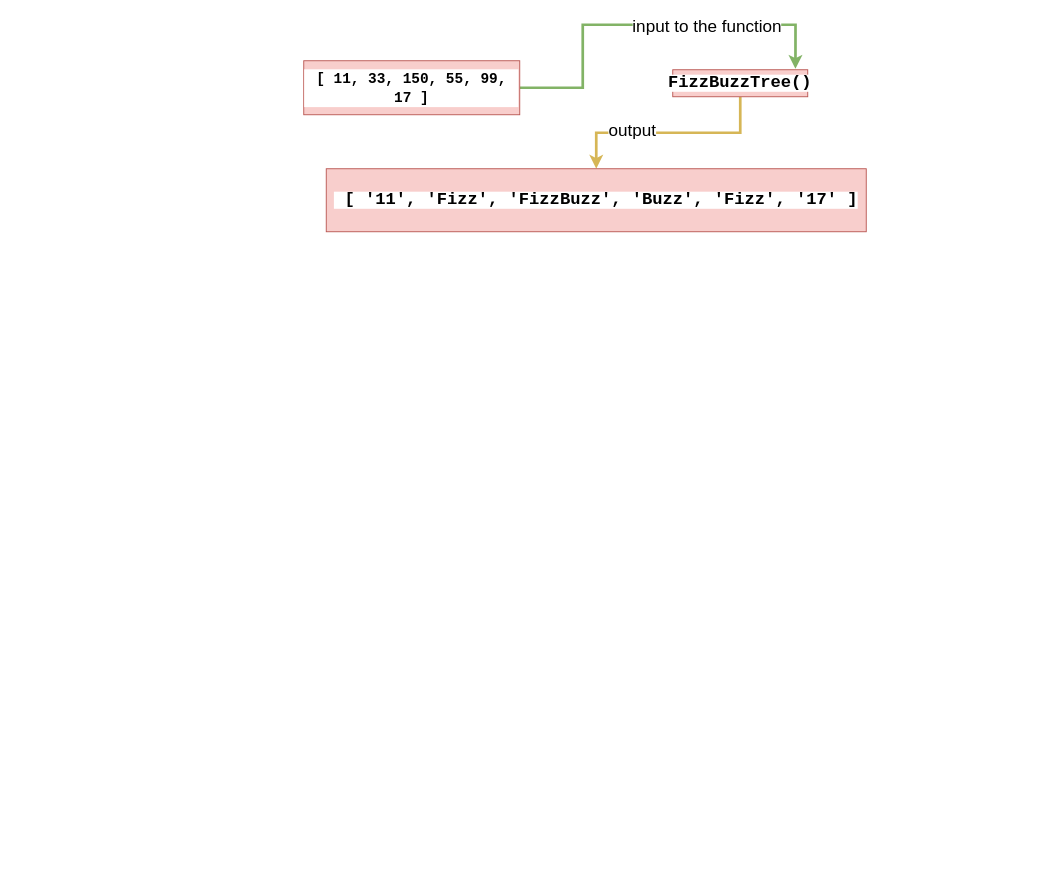
shadykh/uml keeps this draw.io diagram as page "Page-7" (7 of 12) of Untitled Diagram.drawio. Above is the earlier version. Source tidied: cells renumbered, new cells numbered last; positions are measured from the earlier drawing's top-left corner, leaving out a move shared by most shapes. Both pictures are drawn from the tidied source at 90%, with x=0, y=0 at pixel (303, 24).
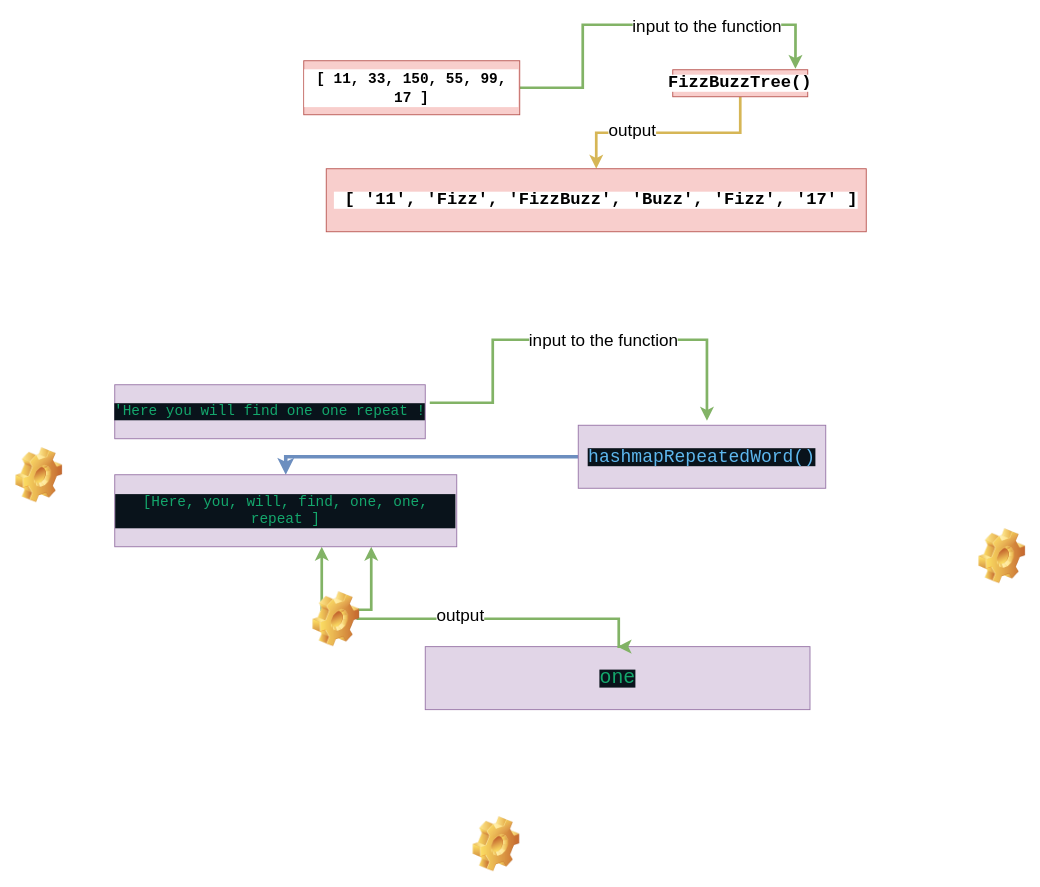
The same diagram, later.

The edit, as a diff of the source:
```diff
@@
+    <mxCell id="10" style="edgeStyle=orthogonalEdgeStyle;rounded=0;orthogonalLoop=1;jettySize=auto;html=1;exitX=1;exitY=0.5;exitDx=0;exitDy=0;fontColor=#000000;strokeWidth=3;fillColor=#d5e8d4;strokeColor=#82b366;" parent="1" edge="1">
+      <mxGeometry relative="1" as="geometry">
+        <mxPoint x="140" y="420" as="sourcePoint" />
+        <mxPoint x="448" y="440" as="targetPoint" />
+        <Array as="points">
+          <mxPoint x="210" y="420" />
+          <mxPoint x="210" y="350" />
+          <mxPoint x="448" y="350" />
+          <mxPoint x="448" y="400" />
+        </Array>
+      </mxGeometry>
+    </mxCell>
+    <mxCell id="11" value="input to the function" style="edgeLabel;html=1;align=center;verticalAlign=middle;fontSize=19;" parent="10" vertex="1">
+      <mxGeometry x="-0.07" y="-1" relative="1" as="geometry">
+        <mxPoint x="44" y="-1" as="offset" />
+      </mxGeometry>
+    </mxCell>
+    <mxCell id="12" value="&lt;div style=&quot;line-height: 19px&quot;&gt;&lt;div style=&quot;color: rgb(255 , 255 , 255) ; background-color: rgb(9 , 19 , 27) ; font-family: &amp;#34;consolas&amp;#34; , &amp;#34;courier new&amp;#34; , monospace ; font-weight: normal ; line-height: 19px&quot;&gt;&lt;span style=&quot;color: rgb(20 , 167 , 108)&quot;&gt;&lt;font style=&quot;font-size: 16px&quot;&gt;'Here&amp;nbsp;you&amp;nbsp;will&amp;nbsp;find&amp;nbsp;one&amp;nbsp;one&amp;nbsp;repeat&amp;nbsp;!&lt;/font&gt;&lt;/span&gt;&lt;/div&gt;&lt;/div&gt;" style="text;html=1;align=center;verticalAlign=middle;whiteSpace=wrap;rounded=0;labelBackgroundColor=#ffffff;fontSize=16;fontStyle=1;strokeColor=#9673a6;fillColor=#e1d5e7;" parent="1" vertex="1">
+      <mxGeometry x="-210" y="400" width="345" height="60" as="geometry" />
+    </mxCell>
+    <mxCell id="13" style="edgeStyle=orthogonalEdgeStyle;rounded=0;orthogonalLoop=1;jettySize=auto;html=1;exitX=0.5;exitY=1;exitDx=0;exitDy=0;fontColor=#000000;" parent="1" edge="1">
+      <mxGeometry relative="1" as="geometry">
+        <mxPoint x="85" y="520" as="sourcePoint" />
+        <mxPoint x="85" y="520" as="targetPoint" />
+      </mxGeometry>
+    </mxCell>
+    <mxCell id="14" style="edgeStyle=orthogonalEdgeStyle;rounded=0;jettySize=auto;html=1;exitX=0;exitY=0.5;exitDx=0;exitDy=0;entryX=0.5;entryY=0;entryDx=0;entryDy=0;strokeWidth=4;fillColor=#dae8fc;strokeColor=#6c8ebf;" parent="1" edge="1" source="15" target="20">
+      <mxGeometry relative="1" as="geometry" />
+    </mxCell>
+    <mxCell id="15" value="&lt;div style=&quot;font-family: &amp;#34;consolas&amp;#34; , &amp;#34;courier new&amp;#34; , monospace ; line-height: 19px&quot;&gt;&lt;div style=&quot;color: rgb(255 , 255 , 255) ; background-color: rgb(9 , 19 , 27) ; font-family: &amp;#34;consolas&amp;#34; , &amp;#34;courier new&amp;#34; , monospace ; font-weight: normal ; line-height: 19px&quot;&gt;&lt;span style=&quot;color: rgb(94 , 183 , 238)&quot;&gt;&lt;font style=&quot;font-size: 20px&quot;&gt;hashmapRepeatedWord()&lt;/font&gt;&lt;/span&gt;&lt;/div&gt;&lt;/div&gt;" style="text;html=1;strokeColor=#9673a6;fillColor=#e1d5e7;align=center;verticalAlign=middle;whiteSpace=wrap;rounded=0;labelBackgroundColor=#ffffff;fontSize=19;fontStyle=1;" parent="1" vertex="1">
+      <mxGeometry x="305" y="445" width="275" height="70" as="geometry" />
+    </mxCell>
+    <mxCell id="16" value="&lt;div style=&quot;font-family: &amp;#34;consolas&amp;#34; , &amp;#34;courier new&amp;#34; , monospace ; line-height: 19px&quot;&gt;&lt;div style=&quot;color: rgb(255 , 255 , 255) ; background-color: rgb(9 , 19 , 27) ; font-family: &amp;#34;consolas&amp;#34; , &amp;#34;courier new&amp;#34; , monospace ; font-weight: normal ; line-height: 19px&quot;&gt;&lt;span style=&quot;color: rgb(20 , 167 , 108)&quot;&gt;&lt;font style=&quot;font-size: 22px&quot;&gt;one&lt;/font&gt;&lt;/span&gt;&lt;/div&gt;&lt;/div&gt;" style="text;html=1;strokeColor=#9673a6;fillColor=#e1d5e7;align=center;verticalAlign=middle;whiteSpace=wrap;rounded=0;labelBackgroundColor=#ffffff;fontSize=19;fontStyle=1;" parent="1" vertex="1">
+      <mxGeometry x="135" y="691" width="427.5" height="70" as="geometry" />
+    </mxCell>
+    <mxCell id="17" style="edgeStyle=orthogonalEdgeStyle;rounded=0;jettySize=auto;html=1;exitX=0;exitY=0.3333333333333333;exitDx=0;exitDy=0;exitPerimeter=0;fillColor=#d5e8d4;strokeColor=#82b366;strokeWidth=3;" parent="1" edge="1" target="20">
+      <mxGeometry relative="1" as="geometry">
+        <mxPoint x="30" y="650" as="sourcePoint" />
+        <Array as="points">
+          <mxPoint x="20" y="650" />
+        </Array>
+      </mxGeometry>
+    </mxCell>
+    <mxCell id="18" style="edgeStyle=orthogonalEdgeStyle;rounded=0;jettySize=auto;html=1;exitX=1;exitY=0.3333333333333333;exitDx=0;exitDy=0;exitPerimeter=0;entryX=0.75;entryY=1;entryDx=0;entryDy=0;fillColor=#d5e8d4;strokeColor=#82b366;strokeWidth=3;" parent="1" edge="1" target="20">
+      <mxGeometry relative="1" as="geometry">
+        <mxPoint x="60" y="650" as="sourcePoint" />
+        <Array as="points">
+          <mxPoint x="75" y="650" />
+        </Array>
+      </mxGeometry>
+    </mxCell>
+    <mxCell id="19" style="edgeStyle=orthogonalEdgeStyle;rounded=0;jettySize=auto;html=1;exitX=1;exitY=0.3333333333333333;exitDx=0;exitDy=0;exitPerimeter=0;entryX=0.5;entryY=0;entryDx=0;entryDy=0;fillColor=#d5e8d4;strokeColor=#82b366;strokeWidth=3;" parent="1" edge="1" target="16">
+      <mxGeometry relative="1" as="geometry">
+        <mxPoint x="60" y="650" as="sourcePoint" />
+        <Array as="points">
+          <mxPoint x="60" y="660" />
+          <mxPoint x="350" y="660" />
+          <mxPoint x="350" y="691" />
+        </Array>
+      </mxGeometry>
+    </mxCell>
+    <mxCell id="20" value="&lt;div style=&quot;line-height: 19px&quot;&gt;&lt;div style=&quot;color: rgb(255 , 255 , 255) ; background-color: rgb(9 , 19 , 27) ; font-family: &amp;#34;consolas&amp;#34; , &amp;#34;courier new&amp;#34; , monospace ; font-weight: normal ; line-height: 19px&quot;&gt;&lt;span style=&quot;color: rgb(20 , 167 , 108)&quot;&gt;&lt;font style=&quot;font-size: 16px&quot;&gt;[Here, you, will, find, one, one, repeat ]&lt;/font&gt;&lt;/span&gt;&lt;/div&gt;&lt;/div&gt;" style="text;html=1;align=center;verticalAlign=middle;whiteSpace=wrap;rounded=0;labelBackgroundColor=#ffffff;fontSize=16;fontStyle=1;strokeColor=#9673a6;fillColor=#e1d5e7;" parent="1" vertex="1">
+      <mxGeometry x="-210" y="500" width="380" height="80" as="geometry" />
+    </mxCell>
+    <mxCell id="21" value="output" style="edgeLabel;html=1;align=center;verticalAlign=middle;fontSize=19;" parent="1" vertex="1">
+      <mxGeometry x="497.5" y="635" as="geometry">
+        <mxPoint x="-324" y="21" as="offset" />
+      </mxGeometry>
+    </mxCell>
+    <mxCell id="22" style="shape=image;html=1;verticalLabelPosition=bottom;verticalAlign=top;imageAspect=1;image=img/clipart/Gear_128x128.png;strokeWidth=3;fillColor=#808080;" parent="1" vertex="1">
+      <mxGeometry x="10" y="630" width="52" height="61" as="geometry" />
+    </mxCell>
+    <mxCell id="23" style="shape=image;html=1;verticalLabelPosition=bottom;verticalAlign=top;imageAspect=1;image=img/clipart/Gear_128x128.png;strokeWidth=3;fillColor=#808080;" parent="1" vertex="1">
+      <mxGeometry x="750" y="560" width="52" height="61" as="geometry" />
+    </mxCell>
+    <mxCell id="24" style="shape=image;html=1;verticalLabelPosition=bottom;verticalAlign=top;imageAspect=1;image=img/clipart/Gear_128x128.png;strokeWidth=3;fillColor=#808080;" parent="1" vertex="1">
+      <mxGeometry x="188" y="880" width="52" height="61" as="geometry" />
+    </mxCell>
+    <mxCell id="25" style="shape=image;html=1;verticalLabelPosition=bottom;verticalAlign=top;imageAspect=1;image=img/clipart/Gear_128x128.png;strokeWidth=3;fillColor=#808080;" parent="1" vertex="1">
+      <mxGeometry x="-320" y="470" width="52" height="61" as="geometry" />
+    </mxCell>
```
